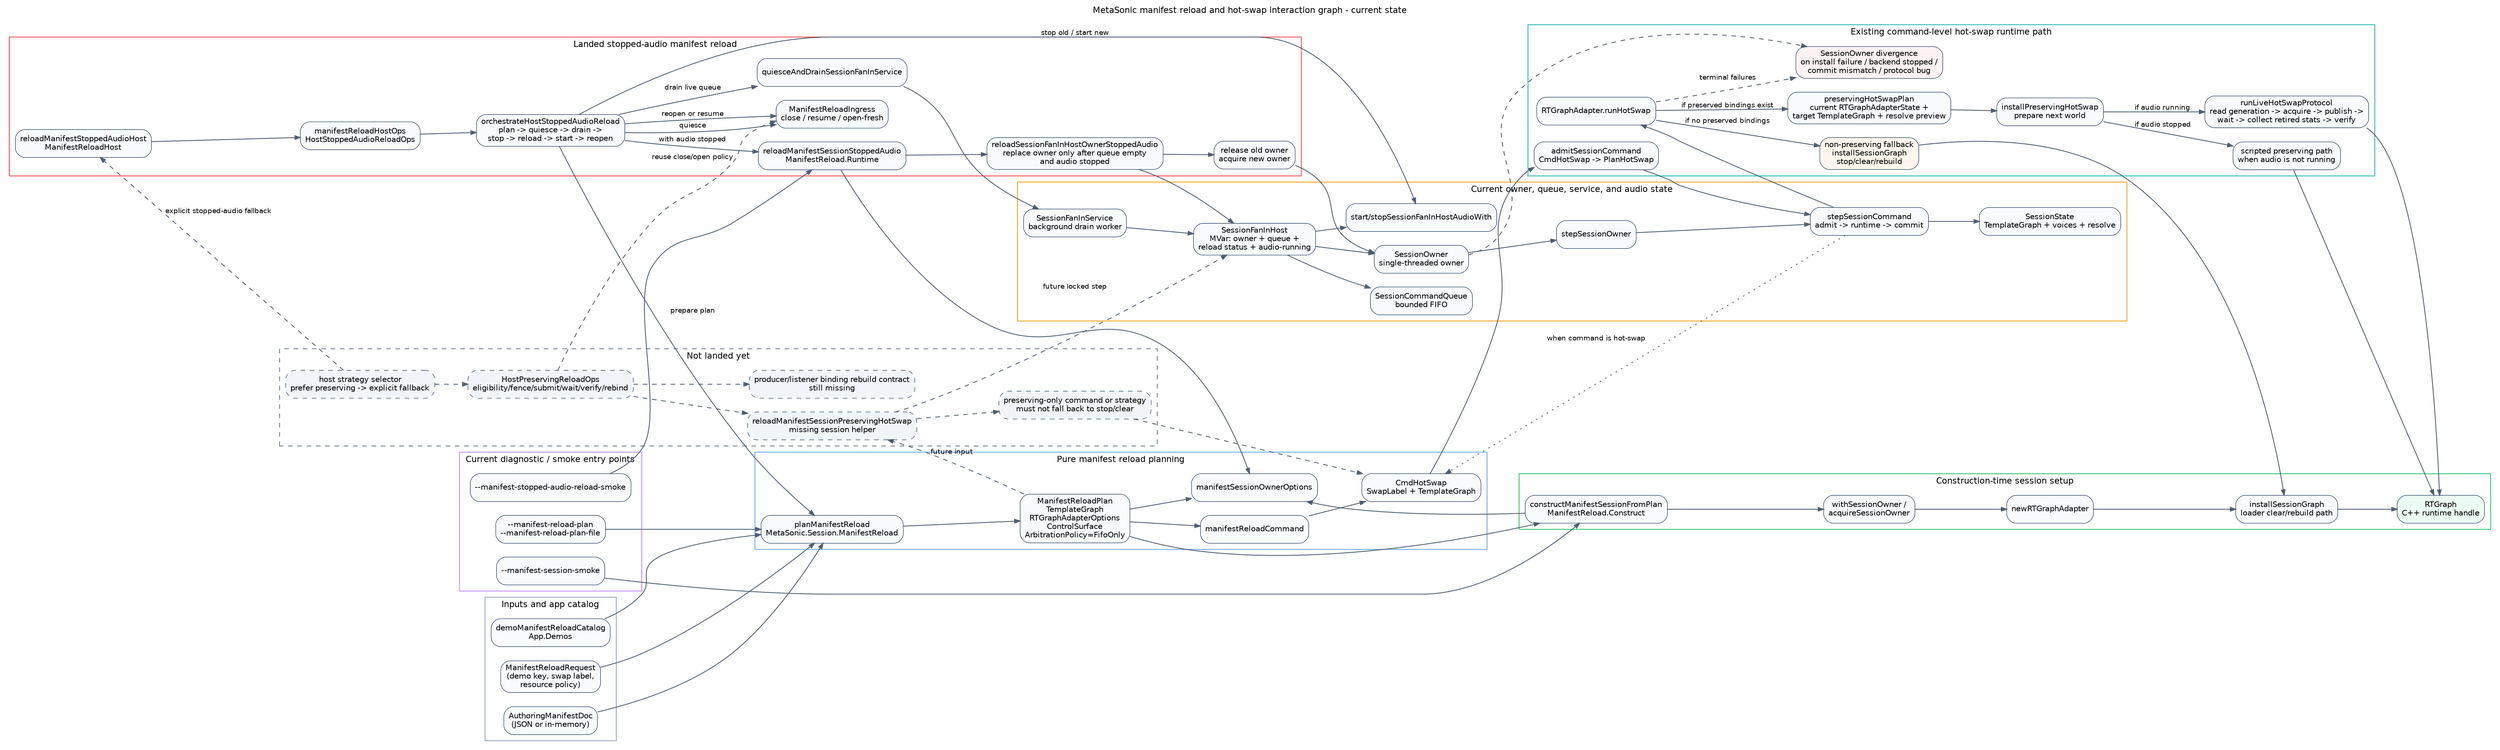
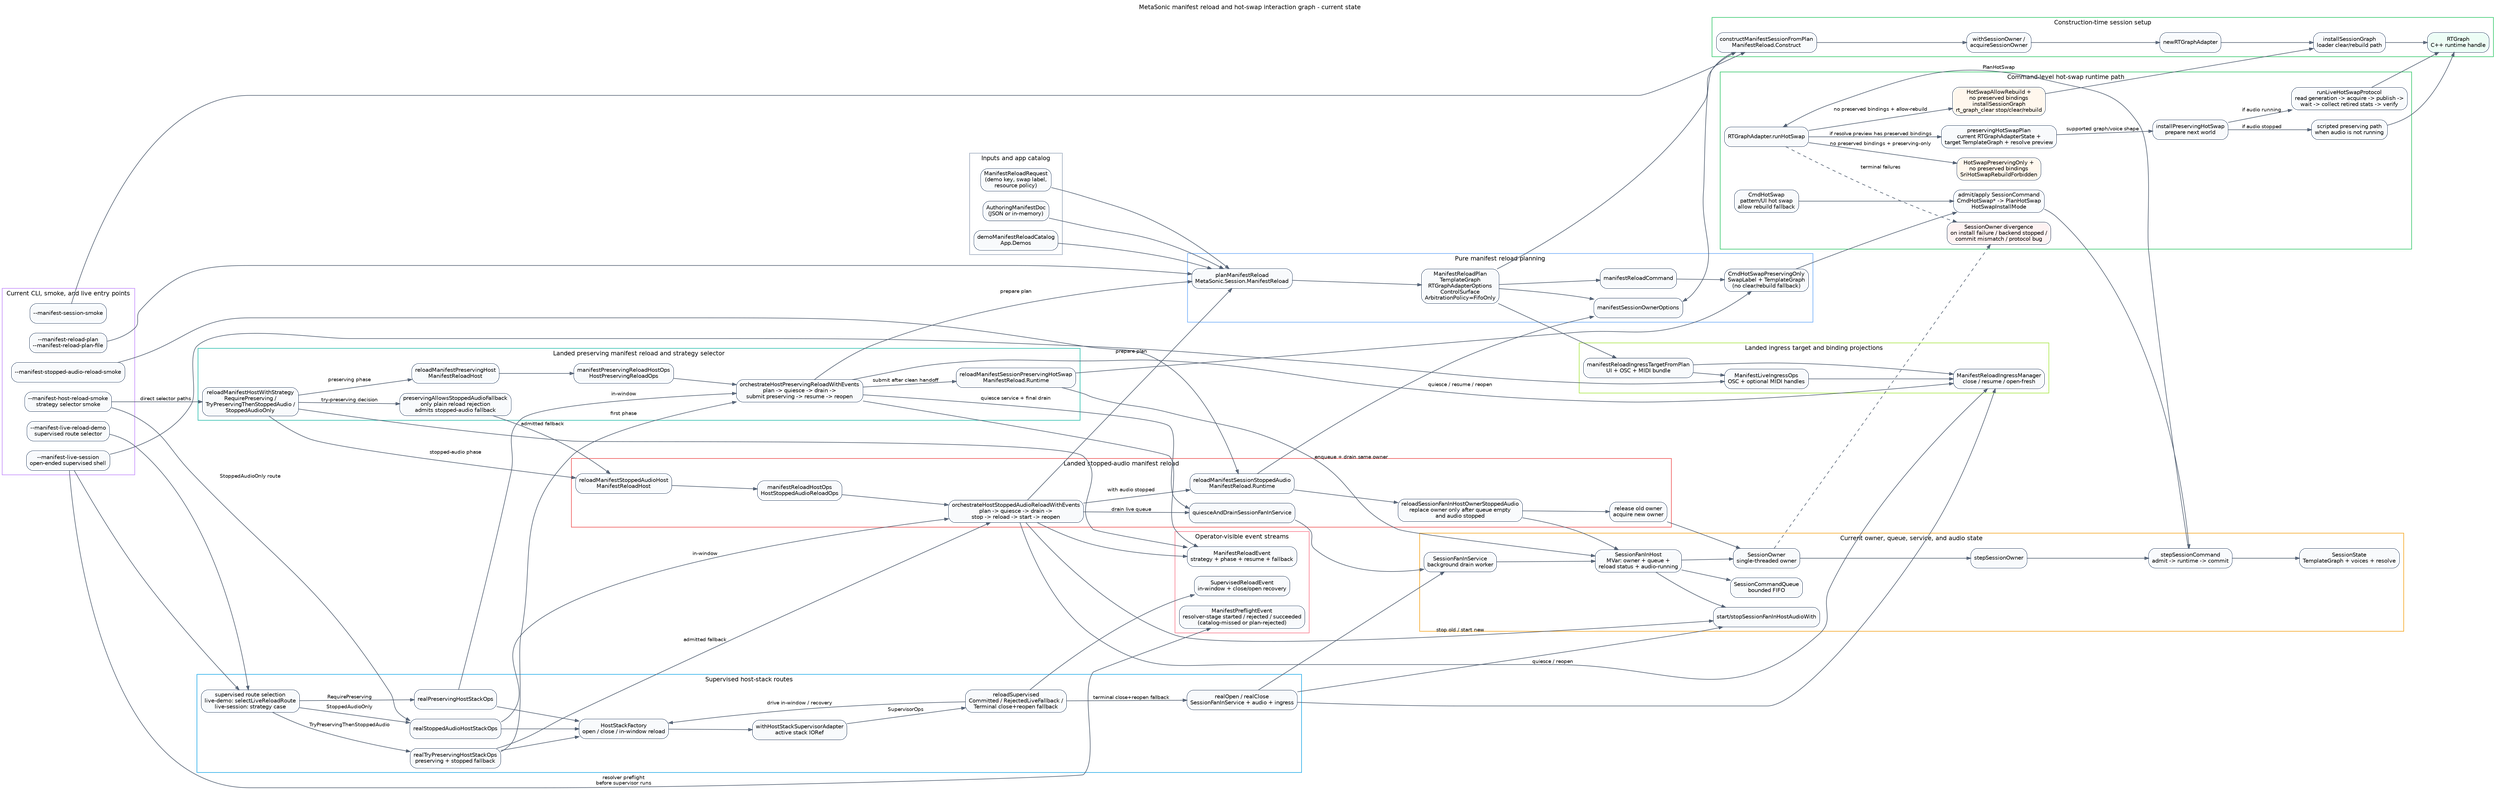
digraph hot_swap_reload_current_interaction {
  graph [
    rankdir=LR,
    bgcolor="transparent",
    color="#6b7280",
    fontname="DejaVu Sans",
    fontsize=11,
    labelloc="t",
    label="MetaSonic manifest reload and hot-swap interaction graph - current state"
  ];

  node [
    shape=box,
    style="rounded,filled",
    color="#64748b",
    fillcolor="#f8fafc",
    fontname="DejaVu Sans",
    fontsize=10,
    margin="0.08,0.06"
  ];

  edge [
    color="#475569",
    fontname="DejaVu Sans",
    fontsize=9,
    arrowsize=0.7
  ];

  subgraph cluster_inputs {
    label="Inputs and app catalog";
    color="#94a3b8";

    authoring_doc [label="AuthoringManifestDoc\n(JSON or in-memory)"];
    demo_catalog [label="demoManifestReloadCatalog\nApp.Demos"];
    reload_request [label="ManifestReloadRequest\n(demo key, swap label,\nresource policy)"];
  }

  subgraph cluster_planner {
    label="Pure manifest reload planning";
    color="#60a5fa";

    plan_manifest [label="planManifestReload\nMetaSonic.Session.ManifestReload"];
    reload_plan [label="ManifestReloadPlan\nTemplateGraph\nRTGraphAdapterOptions\nControlSurface\nArbitrationPolicy=FifoOnly"];
    command_projection [label="manifestReloadCommand"];
    owner_options_projection [label="manifestSessionOwnerOptions"];
-     cmd_hot_swap [label="CmdHotSwap\nSwapLabel + TemplateGraph"];
+     cmd_preserving_hot_swap [label="CmdHotSwapPreservingOnly\nSwapLabel + TemplateGraph\n(no clear/rebuild fallback)"];
  }

  subgraph cluster_cli {
-     label="Current diagnostic / smoke entry points";
+     label="Current CLI, smoke, and live entry points";
    color="#c084fc";

    cli_plan [label="--manifest-reload-plan\n--manifest-reload-plan-file"];
    cli_construct [label="--manifest-session-smoke"];
    cli_stopped_smoke [label="--manifest-stopped-audio-reload-smoke"];
+     cli_host_smoke [label="--manifest-host-reload-smoke\nstrategy selector smoke"];
+     cli_live_demo [label="--manifest-live-reload-demo\nsupervised route selector"];
+     cli_live_session [label="--manifest-live-session\nopen-ended supervised shell"];
  }

  subgraph cluster_construction {
    label="Construction-time session setup";
    color="#22c55e";

    construct_from_plan [label="constructManifestSessionFromPlan\nManifestReload.Construct"];
    with_session_owner [label="withSessionOwner /\nacquireSessionOwner"];
    new_adapter [label="newRTGraphAdapter"];
    install_graph [label="installSessionGraph\nloader clear/rebuild path"];
    rt_graph [label="RTGraph\nC++ runtime handle", fillcolor="#ecfdf5"];
+   }
+ 
+   subgraph cluster_ingress {
+     label="Landed ingress target and binding projections";
+     color="#a3e635";
+ 
+     ingress_target [label="manifestReloadIngressTargetFromPlan\nUI + OSC + MIDI bundle"];
+     ingress [label="ManifestReloadIngressManager\nclose / resume / open-fresh"];
+     live_ingress [label="ManifestLiveIngressOps\nOSC + optional MIDI handles"];
  }

  subgraph cluster_fanin {
    label="Current owner, queue, service, and audio state";
    color="#f59e0b";

    fanin_service [label="SessionFanInService\nbackground drain worker"];
    fanin_host [label="SessionFanInHost\nMVar: owner + queue +\nreload status + audio-running"];
    session_queue [label="SessionCommandQueue\nbounded FIFO"];
    session_owner [label="SessionOwner\nsingle-threaded owner"];
    step_owner [label="stepSessionOwner"];
    session_step [label="stepSessionCommand\nadmit -> runtime -> commit"];
    session_state [label="SessionState\nTemplateGraph + voices + resolve"];
    audio_lifecycle [label="start/stopSessionFanInHostAudioWith"];
  }

  subgraph cluster_stopped {
    label="Landed stopped-audio manifest reload";
    color="#ef4444";

    reload_host [label="reloadManifestStoppedAudioHost\nManifestReloadHost"];
    host_ops [label="manifestReloadHostOps\nHostStoppedAudioReloadOps"];
-     stopped_orchestrator [label="orchestrateHostStoppedAudioReload\nplan -> quiesce -> drain ->\nstop -> reload -> start -> reopen"];
-     ingress [label="ManifestReloadIngress\nclose / resume / open-fresh"];
+     stopped_orchestrator [label="orchestrateHostStoppedAudioReloadWithEvents\nplan -> quiesce -> drain ->\nstop -> reload -> start -> reopen"];
    quiesce_drain [label="quiesceAndDrainSessionFanInService"];
    reload_stopped [label="reloadManifestSessionStoppedAudio\nManifestReload.Runtime"];
    fanin_reload [label="reloadSessionFanInHostOwnerStoppedAudio\nreplace owner only after queue empty\nand audio stopped"];
    release_acquire [label="release old owner\nacquire new owner"];
  }

+   subgraph cluster_preserving {
+     label="Landed preserving manifest reload and strategy selector";
+     color="#14b8a6";
+ 
+     strategy_selector [label="reloadManifestHostWithStrategy\nRequirePreserving /\nTryPreservingThenStoppedAudio /\nStoppedAudioOnly"];
+     fallback_gate [label="preservingAllowsStoppedAudioFallback\nonly plain reload rejection\nadmits stopped-audio fallback"];
+     reload_preserving_host [label="reloadManifestPreservingHost\nManifestReloadHost"];
+     preserving_host_ops [label="manifestPreservingReloadHostOps\nHostPreservingReloadOps"];
+     preserving_orchestrator [label="orchestrateHostPreservingReloadWithEvents\nplan -> quiesce -> drain ->\nsubmit preserving -> resume -> reopen"];
+     reload_preserving [label="reloadManifestSessionPreservingHotSwap\nManifestReload.Runtime"];
+   }
+ 
+   subgraph cluster_supervised {
+     label="Supervised host-stack routes";
+     color="#0ea5e9";
+ 
+     live_route_selector [label="supervised route selection\nlive-demo: selectLiveReloadRoute\nlive-session: strategy case"];
+     host_stack_factory [label="HostStackFactory\nopen / close / in-window reload"];
+     supervisor_adapter [label="withHostStackSupervisorAdapter\nactive stack IORef"];
+     reload_supervised [label="reloadSupervised\nCommitted / RejectedLiveFallback /\nTerminal close+reopen fallback"];
+     real_open_close [label="realOpen / realClose\nSessionFanInService + audio + ingress"];
+     stopped_stack_ops [label="realStoppedAudioHostStackOps"];
+     preserving_stack_ops [label="realPreservingHostStackOps"];
+     try_stack_ops [label="realTryPreservingHostStackOps\npreserving + stopped fallback"];
+   }
+ 
  subgraph cluster_hot_swap {
-     label="Existing command-level hot-swap runtime path";
-     color="#14b8a6";
- 
-     admit_hot_swap [label="admitSessionCommand\nCmdHotSwap -> PlanHotSwap"];
+     label="Command-level hot-swap runtime path";
+     color="#22c55e";
+ 
+     cmd_generic_hot_swap [label="CmdHotSwap\npattern/UI hot swap\nallow rebuild fallback"];
+     admit_hot_swap [label="admit/apply SessionCommand\nCmdHotSwap* -> PlanHotSwap\nHotSwapInstallMode"];
    run_hot_swap [label="RTGraphAdapter.runHotSwap"];
    preserving_probe [label="preservingHotSwapPlan\ncurrent RTGraphAdapterState +\ntarget TemplateGraph + resolve preview"];
    preserving_builder [label="installPreservingHotSwap\nprepare next world"];
    live_protocol [label="runLiveHotSwapProtocol\nread generation -> acquire -> publish ->\nwait -> collect retired stats -> verify"];
    scripted_preserving [label="scripted preserving path\nwhen audio is not running"];
-     fallback_clear [label="non-preserving fallback\ninstallSessionGraph\nstop/clear/rebuild", fillcolor="#fff7ed"];
+     preserving_only_reject [label="HotSwapPreservingOnly +\nno preserved bindings\nSriHotSwapRebuildForbidden", fillcolor="#fff7ed"];
+     fallback_clear [label="HotSwapAllowRebuild +\nno preserved bindings\ninstallSessionGraph\nrt_graph_clear stop/clear/rebuild", fillcolor="#fff7ed"];
    owner_divergence [label="SessionOwner divergence\non install failure / backend stopped /\ncommit mismatch / protocol bug", fillcolor="#fef2f2"];
  }

-   subgraph cluster_missing {
-     label="Not landed yet";
-     color="#64748b";
-     style="dashed";
- 
-     preserving_only_mode [label="preserving-only command or strategy\nmust not fall back to stop/clear", style="rounded,dashed,filled", fillcolor="#f1f5f9"];
-     preserving_manifest_helper [label="reloadManifestSessionPreservingHotSwap\nmissing session helper", style="rounded,dashed,filled", fillcolor="#f1f5f9"];
-     host_preserving_ops [label="HostPreservingReloadOps\neligibility/fence/submit/wait/verify/rebind", style="rounded,dashed,filled", fillcolor="#f1f5f9"];
-     strategy_selector [label="host strategy selector\nprefer preserving -> explicit fallback", style="rounded,dashed,filled", fillcolor="#f1f5f9"];
-     binding_rebuild [label="producer/listener binding rebuild contract\nstill missing", style="rounded,dashed,filled", fillcolor="#f1f5f9"];
+   subgraph cluster_events {
+     label="Operator-visible event streams";
+     color="#fb7185";
+ 
+     preflight_events [label="ManifestPreflightEvent\nresolver-stage started / rejected / succeeded\n(catalog-missed or plan-rejected)"];
+     manifest_events [label="ManifestReloadEvent\nstrategy + phase + resume + fallback"];
+     supervisor_events [label="SupervisedReloadEvent\nin-window + close/open recovery"];
  }

  authoring_doc -> plan_manifest;
  demo_catalog -> plan_manifest;
  reload_request -> plan_manifest;
  plan_manifest -> reload_plan;
  reload_plan -> command_projection;
-   command_projection -> cmd_hot_swap;
+   command_projection -> cmd_preserving_hot_swap;
  reload_plan -> owner_options_projection;
+   reload_plan -> ingress_target;

  cli_plan -> plan_manifest;
  cli_construct -> construct_from_plan;
  cli_stopped_smoke -> reload_stopped;
+   cli_host_smoke -> strategy_selector [label="direct selector paths"];
+   cli_host_smoke -> stopped_stack_ops [label="StoppedAudioOnly route"];
+   cli_live_demo -> live_route_selector;
+   cli_live_session -> live_route_selector;
+   cli_live_session -> live_ingress;
+   cli_live_session -> preflight_events [label="resolver preflight\nbefore supervisor runs"];

  reload_plan -> construct_from_plan;
  construct_from_plan -> owner_options_projection;
  construct_from_plan -> with_session_owner;
  with_session_owner -> new_adapter;
  new_adapter -> install_graph;
  install_graph -> rt_graph;
+ 
+   ingress_target -> ingress;
+   ingress_target -> live_ingress;
+   live_ingress -> ingress;

  fanin_service -> fanin_host;
  fanin_host -> session_queue;
  fanin_host -> session_owner;
  fanin_host -> audio_lifecycle;
  session_owner -> step_owner;
  step_owner -> session_step;
  session_step -> session_state;
-   session_step -> cmd_hot_swap [style=dotted, label="when command is hot-swap"];
+ 
+   strategy_selector -> reload_preserving_host [label="preserving phase"];
+   strategy_selector -> fallback_gate [label="try-preserving decision"];
+   fallback_gate -> reload_host [label="admitted fallback"];
+   strategy_selector -> reload_host [label="stopped-audio phase"];
+   strategy_selector -> manifest_events;

  reload_host -> host_ops;
  host_ops -> stopped_orchestrator;
  stopped_orchestrator -> plan_manifest [label="prepare plan"];
-   stopped_orchestrator -> ingress [label="quiesce"];
+   stopped_orchestrator -> ingress [label="quiesce / reopen"];
  stopped_orchestrator -> quiesce_drain [label="drain live queue"];
  quiesce_drain -> fanin_service;
  stopped_orchestrator -> audio_lifecycle [label="stop old / start new"];
  stopped_orchestrator -> reload_stopped [label="with audio stopped"];
+   stopped_orchestrator -> manifest_events;
  reload_stopped -> owner_options_projection;
  reload_stopped -> fanin_reload;
  fanin_reload -> fanin_host;
  fanin_reload -> release_acquire;
  release_acquire -> session_owner;
-   stopped_orchestrator -> ingress [label="reopen or resume"];
- 
-   cmd_hot_swap -> admit_hot_swap;
+ 
+   reload_preserving_host -> preserving_host_ops;
+   preserving_host_ops -> preserving_orchestrator;
+   preserving_orchestrator -> plan_manifest [label="prepare plan"];
+   preserving_orchestrator -> ingress [label="quiesce / resume / reopen"];
+   preserving_orchestrator -> quiesce_drain [label="quiesce service + final drain"];
+   preserving_orchestrator -> reload_preserving [label="submit after clean handoff"];
+   preserving_orchestrator -> manifest_events;
+   reload_preserving -> cmd_preserving_hot_swap;
+   reload_preserving -> fanin_host [label="enqueue + drain same owner"];
+ 
+   live_route_selector -> stopped_stack_ops [label="StoppedAudioOnly"];
+   live_route_selector -> try_stack_ops [label="TryPreservingThenStoppedAudio"];
+   live_route_selector -> preserving_stack_ops [label="RequirePreserving"];
+   stopped_stack_ops -> host_stack_factory;
+   preserving_stack_ops -> host_stack_factory;
+   try_stack_ops -> host_stack_factory;
+   host_stack_factory -> supervisor_adapter;
+   supervisor_adapter -> reload_supervised [label="SupervisorOps"];
+   reload_supervised -> host_stack_factory [label="drive in-window / recovery"];
+   reload_supervised -> real_open_close [label="terminal close+reopen fallback"];
+   reload_supervised -> supervisor_events;
+   real_open_close -> fanin_service;
+   real_open_close -> ingress;
+   real_open_close -> audio_lifecycle;
+   stopped_stack_ops -> stopped_orchestrator [label="in-window"];
+   preserving_stack_ops -> preserving_orchestrator [label="in-window"];
+   try_stack_ops -> preserving_orchestrator [label="first phase"];
+   try_stack_ops -> stopped_orchestrator [label="admitted fallback"];
+ 
+   cmd_generic_hot_swap -> admit_hot_swap;
+   cmd_preserving_hot_swap -> admit_hot_swap;
  admit_hot_swap -> session_step;
-   session_step -> run_hot_swap;
-   run_hot_swap -> preserving_probe [label="if preserved bindings exist"];
-   preserving_probe -> preserving_builder;
+   session_step -> run_hot_swap [label="PlanHotSwap"];
+   run_hot_swap -> preserving_probe [label="if resolve preview has preserved bindings"];
+   preserving_probe -> preserving_builder [label="supported graph/voice shape"];
  preserving_builder -> live_protocol [label="if audio running"];
  preserving_builder -> scripted_preserving [label="if audio stopped"];
  live_protocol -> rt_graph;
  scripted_preserving -> rt_graph;
-   run_hot_swap -> fallback_clear [label="if no preserved bindings"];
+   run_hot_swap -> preserving_only_reject [label="no preserved bindings + preserving-only"];
+   run_hot_swap -> fallback_clear [label="no preserved bindings + allow-rebuild"];
  fallback_clear -> install_graph;
  run_hot_swap -> owner_divergence [style=dashed, label="terminal failures"];
  session_owner -> owner_divergence [style=dashed];
- 
-   reload_plan -> preserving_manifest_helper [style=dashed, label="future input"];
-   preserving_manifest_helper -> preserving_only_mode [style=dashed];
-   preserving_only_mode -> cmd_hot_swap [style=dashed];
-   preserving_manifest_helper -> fanin_host [style=dashed, label="future locked step"];
-   host_preserving_ops -> preserving_manifest_helper [style=dashed];
-   host_preserving_ops -> ingress [style=dashed, label="reuse close/open policy"];
-   host_preserving_ops -> binding_rebuild [style=dashed];
-   strategy_selector -> host_preserving_ops [style=dashed];
-   strategy_selector -> reload_host [style=dashed, label="explicit stopped-audio fallback"];
}
